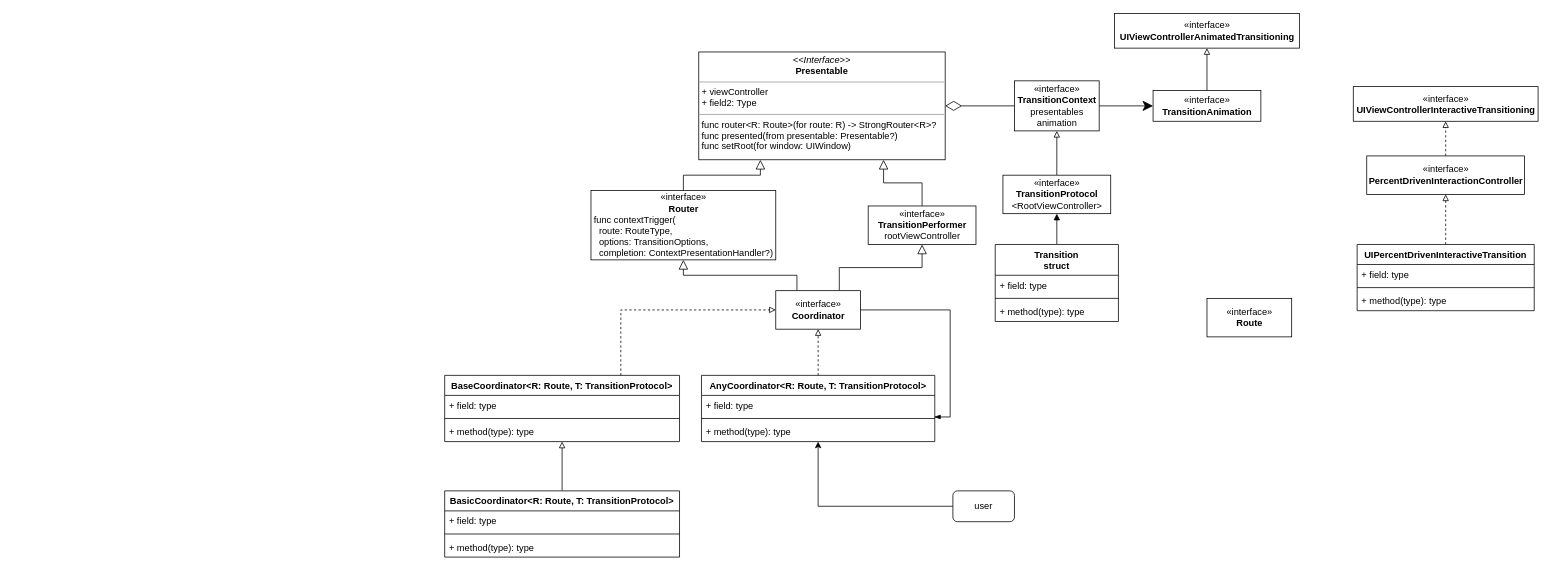
The draw.io diagram page "XCoordinate" (2 of 2) of router.drawio in Changzw/draw.io, before the edit. Source tidied: cells renumbered, new cells numbered last; positions are measured from the earlier drawing's top-left corner, leaving out a move shared by most shapes. Both pictures are drawn from the tidied source at 77%, with x=0, y=0 at pixel (444, 13).
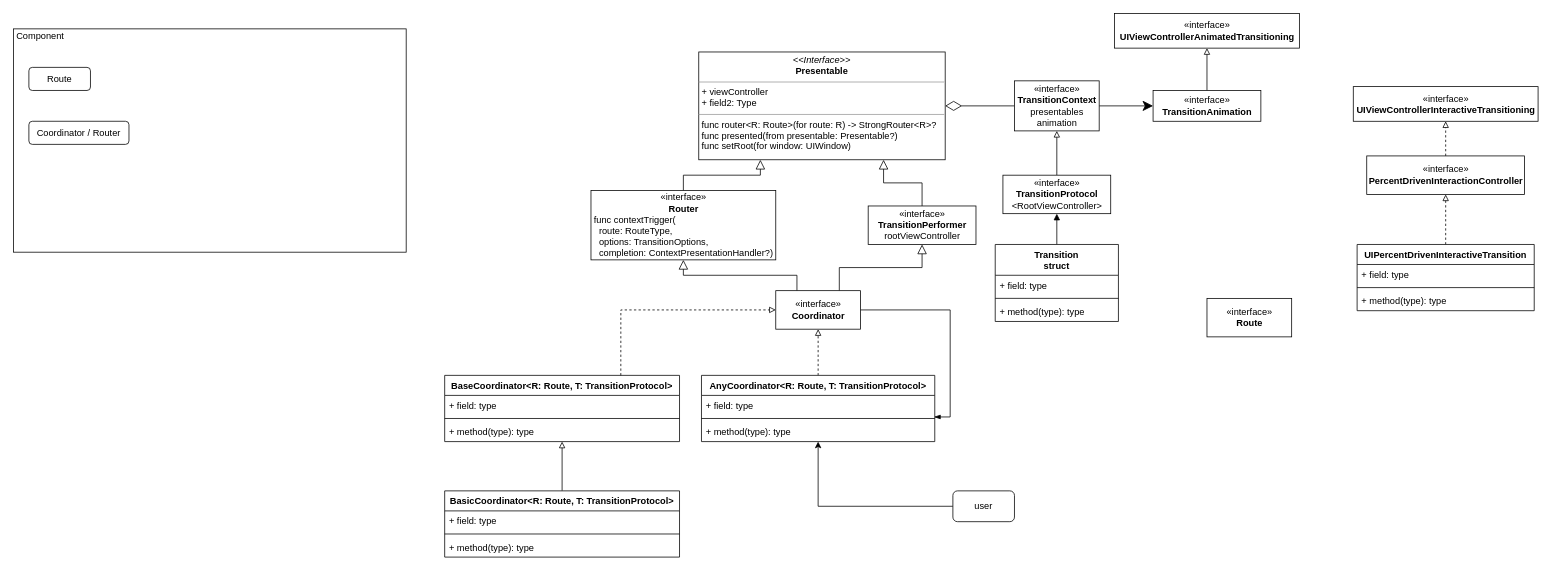
The same diagram, later.

Diff of the diagram source:
```diff
@@
+    <mxCell id="50" style="rounded=0;whiteSpace=wrap;html=1;" parent="1" vertex="1">
+      <mxGeometry x="-560" y="20" width="510" height="290" as="geometry" />
+    </mxCell>
+    <mxCell id="51" value="Component&lt;br&gt;" style="text;html=1;strokeColor=none;fillColor=none;align=center;verticalAlign=middle;whiteSpace=wrap;rounded=0;" parent="1" vertex="1">
+      <mxGeometry x="-560" y="20" width="70" height="20" as="geometry" />
+    </mxCell>
+    <mxCell id="52" value="Route" style="rounded=1;whiteSpace=wrap;html=1;" parent="1" vertex="1">
+      <mxGeometry x="-540" y="70" width="80" height="30" as="geometry" />
+    </mxCell>
+    <mxCell id="53" value="Coordinator / Router" style="rounded=1;whiteSpace=wrap;html=1;" parent="1" vertex="1">
+      <mxGeometry x="-540" y="140" width="130" height="30" as="geometry" />
+    </mxCell>
```
